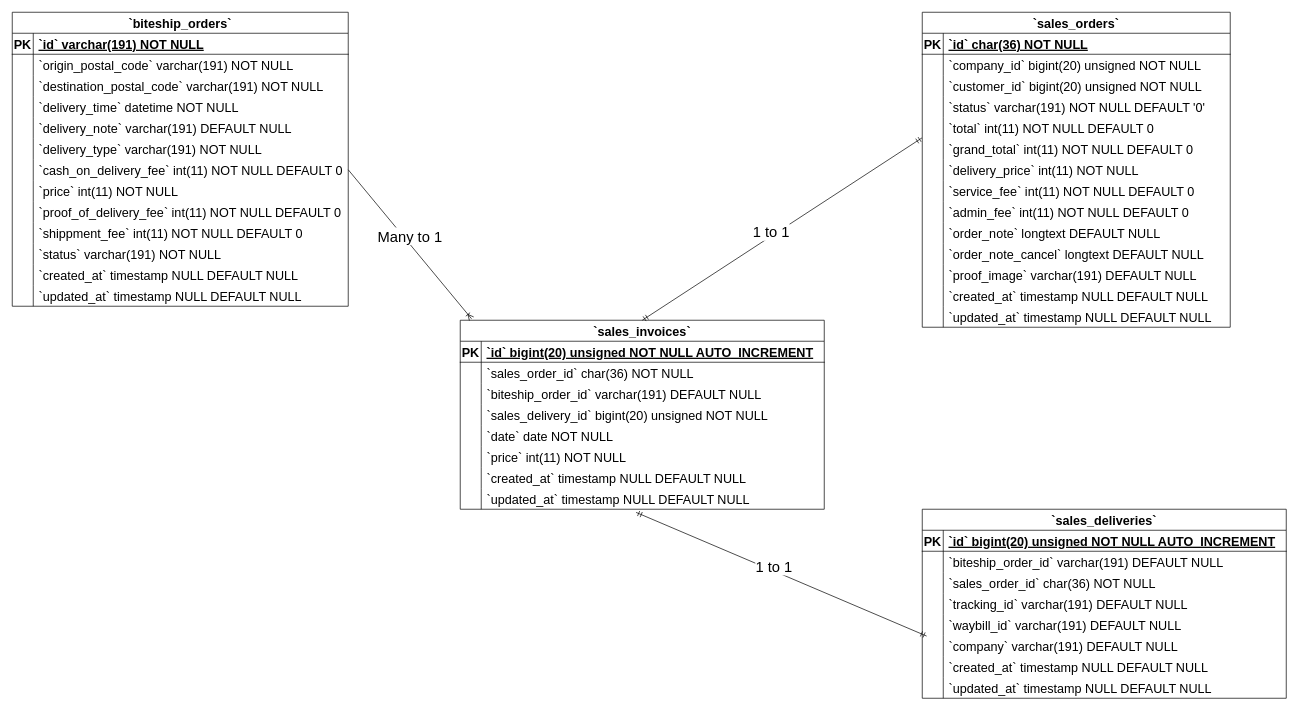
This is Sales Invoices ERD Diagram.drawio from Simasco/diagram, a draw.io file, before an edit. Source tidied: cells renumbered, new cells numbered last; positions are measured from the earlier drawing's top-left corner, leaving out a move shared by most shapes. Both pictures are drawn from the tidied source at 70%, with x=0, y=0 at pixel (12, 12).
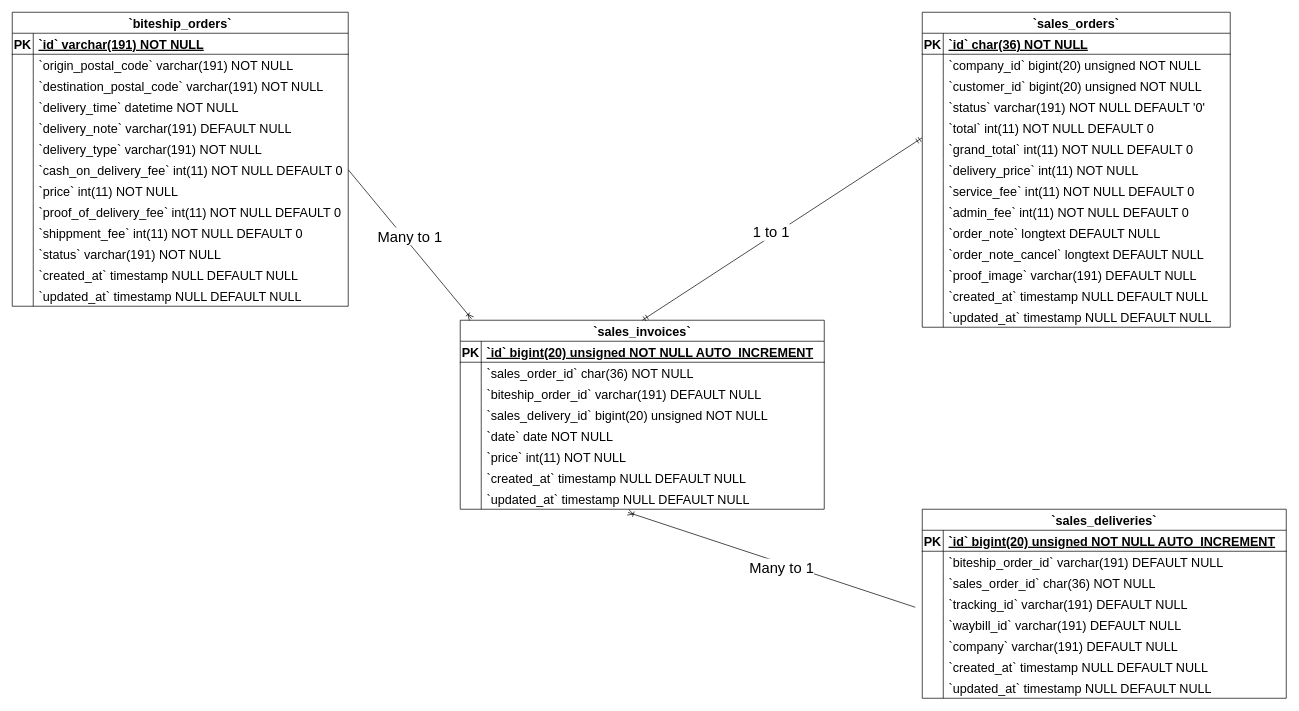
The same page after the edit.

Unchanged cells that the change refers to:
```xml
<mxCell id="64" style="shape=tableRow;horizontal=0;startSize=0;swimlaneHead=0;swimlaneBody=0;fillColor=none;points=[[0,0.5],[1,0.5]];portConstraint=eastwest;strokeColor=inherit;top=0;left=0;right=0;bottom=0;fontSize=18;" parent="42" vertex="1">
  <mxGeometry y="240" width="520" height="30" as="geometry" />
</mxCell>
<mxCell id="83" style="shape=tableRow;horizontal=0;startSize=0;swimlaneHead=0;swimlaneBody=0;fillColor=none;points=[[0,0.5],[1,0.5]];portConstraint=eastwest;strokeColor=inherit;top=0;left=0;right=0;bottom=0;fontSize=18;" parent="67" vertex="1">
  <mxGeometry y="180" width="520" height="30" as="geometry" />
</mxCell>
```

Diff of the diagram source:
```diff
@@
-    <mxCell id="137" style="fontSize=12;html=1;endArrow=ERmandOne;startArrow=ERmandOne;rounded=0;exitX=0.483;exitY=1.15;exitDx=0;exitDy=0;entryX=0.012;entryY=0.039;entryDx=0;entryDy=0;entryPerimeter=0;exitPerimeter=0;" parent="1" edge="1" source="64" target="83">
-      <mxGeometry relative="1" as="geometry" />
-    </mxCell>
-    <mxCell id="138" value="&lt;font style=&quot;font-size: 21px;&quot;&gt;1 to 1&lt;/font&gt;" style="edgeLabel;html=1;align=center;verticalAlign=middle;" parent="137" vertex="1">
-      <mxGeometry x="-0.07" y="6" relative="1" as="geometry">
-        <mxPoint x="1" as="offset" />
-      </mxGeometry>
-    </mxCell>
@@
+    <mxCell id="141" style="fontSize=12;html=1;endArrow=ERoneToMany;startArrow=none;rounded=0;entryX=0.461;entryY=1.15;entryDx=0;entryDy=0;entryPerimeter=0;startFill=0;endFill=0;" parent="1" edge="1" target="64">
+      <mxGeometry relative="1" as="geometry">
+        <mxPoint x="1290" y="850" as="sourcePoint" />
+      </mxGeometry>
+    </mxCell>
+    <mxCell id="142" value="&lt;span style=&quot;font-size: 21px;&quot;&gt;Many to 1&lt;/span&gt;" style="edgeLabel;html=1;align=center;verticalAlign=middle;" parent="141" vertex="1">
+      <mxGeometry x="-0.07" y="6" relative="1" as="geometry">
+        <mxPoint x="1" as="offset" />
+      </mxGeometry>
+    </mxCell>
```
